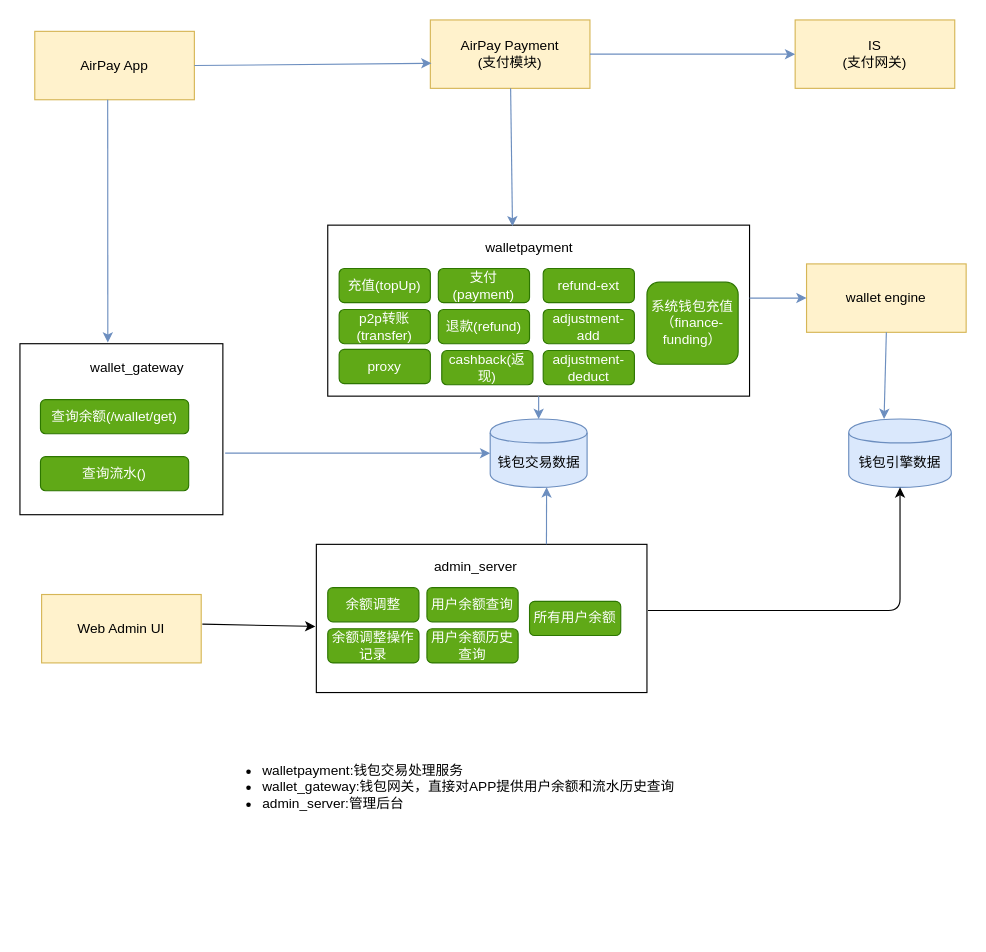
This is arch/wallet/arch.drawio from zhangchuhu/drawio, a draw.io file, before an edit. Source tidied: cells renumbered, new cells numbered last; positions are measured from the earlier drawing's top-left corner, leaving out a move shared by most shapes. Both pictures are drawn from the tidied source at 114%, with x=0, y=0 at pixel (19, 19).
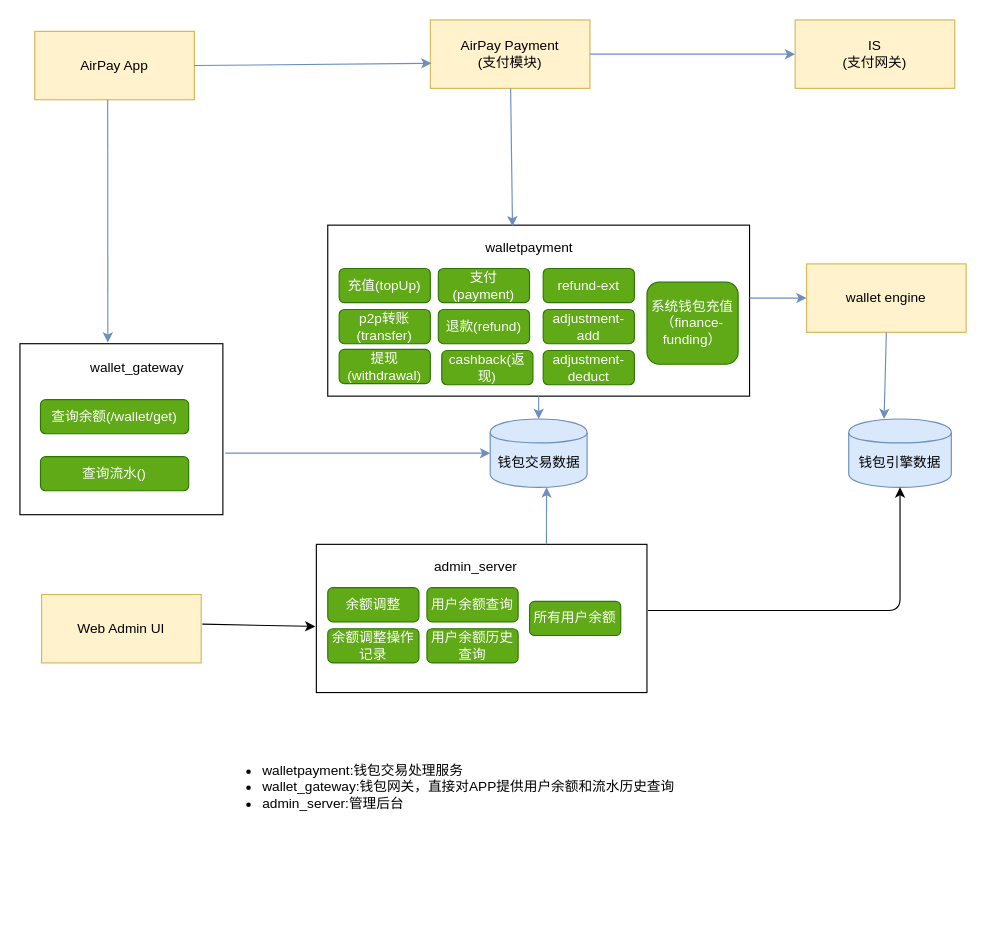
The same page after the edit.

What changed in the source:
```diff
@@
-    <mxCell id="3" value="proxy" style="rounded=1;whiteSpace=wrap;html=1;fillColor=#60a917;strokeColor=#2D7600;fontColor=#ffffff;" parent="1" vertex="1">
+    <mxCell id="3" value="提现(withdrawal)" style="rounded=1;whiteSpace=wrap;html=1;fillColor=#60a917;strokeColor=#2D7600;fontColor=#ffffff;" parent="1" vertex="1">
       <mxGeometry x="280" y="289" width="80" height="30" as="geometry" />
     </mxCell>
```
